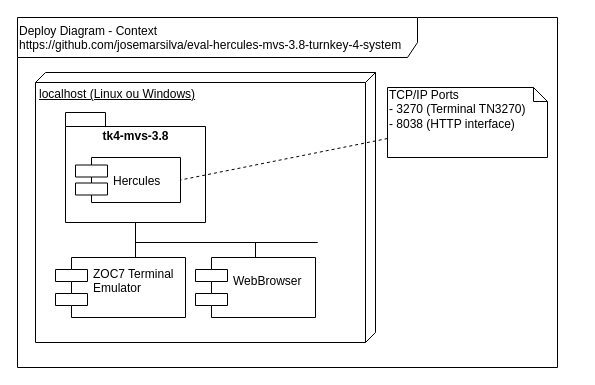
Earlier version of the draw.io diagram doc/images/DeployDiagram-Context.drawio (josemarsilva/eval-hercules-mvs-3.8-turnkey-4-system). Source tidied: cells renumbered, new cells numbered last; positions are measured from the earlier drawing's top-left corner, leaving out a move shared by most shapes. Both pictures are drawn from the tidied source at 100%, with x=0, y=0 at pixel (17, 17).
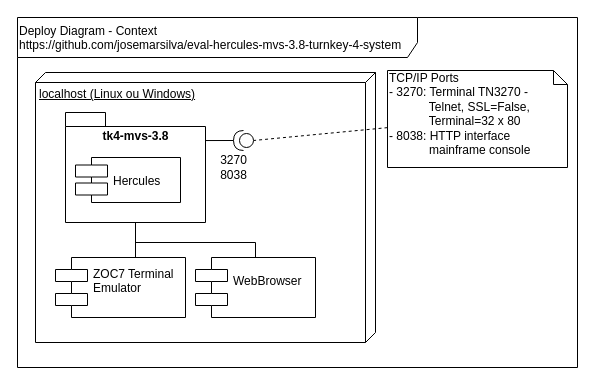
The same page after the edit.

The edit, as a diff of the source:
```diff
@@
 <mxGraphModel>
   <root>
     <mxCell id="0" />
     <mxCell id="1" parent="0" />
     <mxCell id="2" value="Deploy Diagram - Context&lt;br&gt;https://github.com/josemarsilva/eval-hercules-mvs-3.8-turnkey-4-system&lt;br&gt;" style="shape=umlFrame;whiteSpace=wrap;html=1;width=400;height=40;verticalAlign=top;align=left;" parent="1" vertex="1">
-      <mxGeometry width="540" height="350" as="geometry" />
+      <mxGeometry width="560" height="350" as="geometry" />
     </mxCell>
     <mxCell id="3" value="localhost (Linux ou Windows)" style="verticalAlign=top;align=left;spacingTop=8;spacingLeft=2;spacingRight=12;shape=cube;size=10;direction=south;fontStyle=4;html=1;" parent="1" vertex="1">
       <mxGeometry x="18" y="55" width="340" height="270" as="geometry" />
     </mxCell>
     <mxCell id="4" value="tk4-mvs-3.8" style="shape=folder;fontStyle=1;spacingTop=10;tabWidth=40;tabHeight=14;tabPosition=left;html=1;verticalAlign=top;" parent="1" vertex="1">
       <mxGeometry x="48" y="95" width="140" height="110" as="geometry" />
     </mxCell>
     <mxCell id="5" value="Hercules" style="shape=component;align=left;spacingLeft=36;" parent="1" vertex="1">
       <mxGeometry x="58" y="140" width="105" height="45" as="geometry" />
     </mxCell>
     <mxCell id="6" style="edgeStyle=orthogonalEdgeStyle;rounded=0;jettySize=auto;html=1;exitX=0.5;exitY=0;exitDx=0;exitDy=0;entryX=0.5;entryY=1;entryDx=0;entryDy=0;entryPerimeter=0;endArrow=none;endFill=0;" parent="1" edge="1" source="7" target="4">
       <mxGeometry relative="1" as="geometry" />
     </mxCell>
     <mxCell id="7" value="ZOC7 Terminal&#10;Emulator&#10;" style="shape=component;align=left;spacingLeft=36;" parent="1" vertex="1">
       <mxGeometry x="38" y="240" width="130" height="60" as="geometry" />
     </mxCell>
     <mxCell id="8" style="rounded=0;jettySize=auto;html=1;exitX=0.5;exitY=0;exitDx=0;exitDy=0;endArrow=none;endFill=0;entryX=0.5;entryY=1;entryDx=0;entryDy=0;entryPerimeter=0;edgeStyle=orthogonalEdgeStyle;" parent="1" edge="1" source="9" target="4">
       <mxGeometry relative="1" as="geometry">
         <Array as="points">
-          <mxPoint x="300" y="225" />
-          <mxPoint x="180" y="225" />
+          <mxPoint x="238" y="225" />
+          <mxPoint x="118" y="225" />
         </Array>
       </mxGeometry>
     </mxCell>
     <mxCell id="9" value="WebBrowser&#10;" style="shape=component;align=left;spacingLeft=36;" parent="1" vertex="1">
       <mxGeometry x="178" y="240" width="120" height="60" as="geometry" />
     </mxCell>
-    <mxCell id="10" style="rounded=0;jettySize=auto;html=1;entryX=1;entryY=0.5;entryDx=0;entryDy=0;endArrow=none;endFill=0;dashed=1;" parent="1" edge="1" source="11" target="5">
+    <mxCell id="10" style="rounded=0;jettySize=auto;html=1;endArrow=none;endFill=0;dashed=1;entryX=0;entryY=0.5;entryDx=0;entryDy=0;entryPerimeter=0;" parent="1" edge="1" source="11" target="13">
       <mxGeometry relative="1" as="geometry" />
     </mxCell>
-    <mxCell id="11" value="TCP/IP Ports&lt;br&gt;- 3270 (Terminal TN3270)&lt;br&gt;- 8038 (HTTP interface)&lt;br&gt;" style="shape=note;whiteSpace=wrap;html=1;size=14;verticalAlign=top;align=left;spacingTop=-6;" parent="1" vertex="1">
-      <mxGeometry x="370" y="70" width="160" height="70" as="geometry" />
+    <mxCell id="11" value="TCP/IP Ports&lt;br&gt;- 3270: Terminal TN3270 - &lt;br&gt;&amp;nbsp; &amp;nbsp; &amp;nbsp; &amp;nbsp; &amp;nbsp; &amp;nbsp; Telnet, SSL=False, &lt;br&gt;&amp;nbsp; &amp;nbsp; &amp;nbsp; &amp;nbsp; &amp;nbsp; &amp;nbsp; Terminal=32 x 80&lt;br&gt;- 8038: HTTP interface &lt;br&gt;&amp;nbsp; &amp;nbsp; &amp;nbsp; &amp;nbsp; &amp;nbsp; &amp;nbsp; mainframe console" style="shape=note;whiteSpace=wrap;html=1;size=14;verticalAlign=top;align=left;spacingTop=-6;" parent="1" vertex="1">
+      <mxGeometry x="370" y="53" width="180" height="97" as="geometry" />
     </mxCell>
+    <mxCell id="12" style="edgeStyle=none;rounded=0;jettySize=auto;html=1;entryX=1;entryY=0.255;entryDx=0;entryDy=0;endArrow=none;endFill=0;entryPerimeter=0;" parent="1" edge="1" source="13" target="4">
+      <mxGeometry relative="1" as="geometry" />
+    </mxCell>
+    <mxCell id="13" style="shape=providedRequiredInterface;html=1;verticalLabelPosition=bottom;rotation=180;" parent="1" vertex="1">
+      <mxGeometry x="216" y="113" width="20" height="20" as="geometry" />
+    </mxCell>
+    <mxCell id="14" value="3270&lt;br&gt;8038" style="text;html=1;align=center;verticalAlign=middle;fillColor=none;strokeColor=none;rounded=0;" parent="1" vertex="1">
+      <mxGeometry x="196" y="135" width="40" height="30" as="geometry" />
+    </mxCell>
   </root>
 </mxGraphModel>
```
